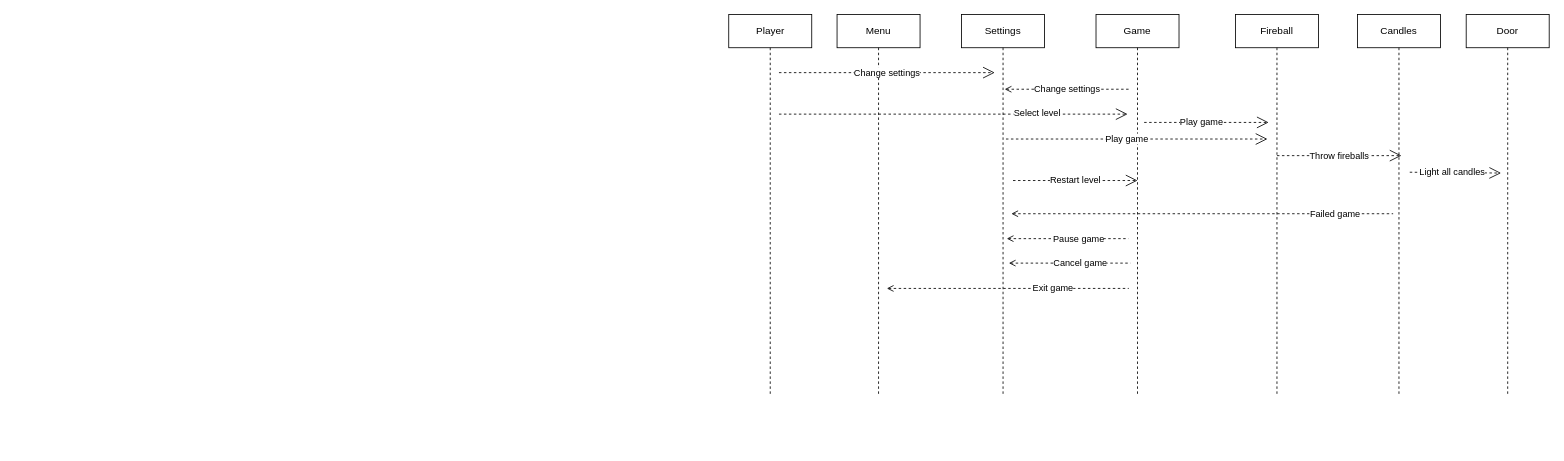
Earlier version of the draw.io diagram page "Sequence Model" (2 of 3) of Fileball Game Diagrams.drawio (sunrise858/CISC210Draw). Source tidied: cells renumbered, new cells numbered last; positions are measured from the earlier drawing's top-left corner, leaving out a move shared by most shapes. Both pictures are drawn from the tidied source at 83%, with x=0, y=0 at pixel (729, 14).
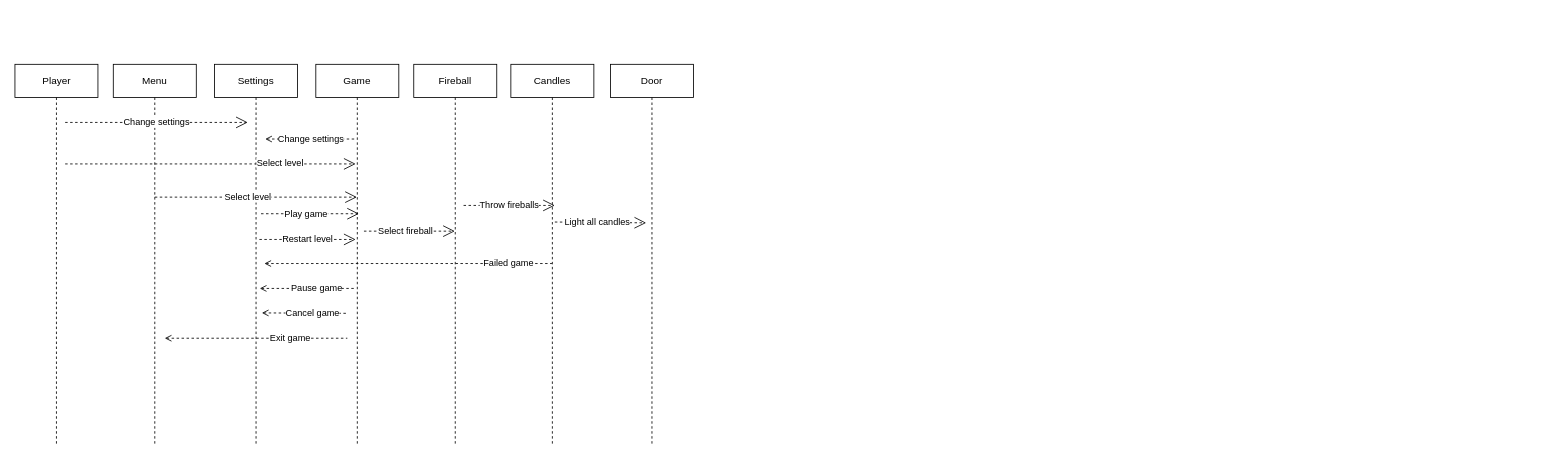
After the change.

The edit, as a diff of the source:
```diff
@@
     <mxCell id="2" value="Player" style="shape=umlLifeline;perimeter=lifelinePerimeter;whiteSpace=wrap;html=1;" parent="1" vertex="1">
-      <mxGeometry x="-0.5" width="100" height="460" as="geometry" />
+      <mxGeometry x="-860.5" y="60" width="100" height="460" as="geometry" />
     </mxCell>
     <mxCell id="3" value="Settings" style="shape=umlLifeline;perimeter=lifelinePerimeter;whiteSpace=wrap;html=1;" parent="1" vertex="1">
-      <mxGeometry x="280" width="100" height="460" as="geometry" />
+      <mxGeometry x="-620" y="60" width="100" height="460" as="geometry" />
     </mxCell>
     <mxCell id="4" value="Select level" style="endArrow=open;endSize=12;dashed=1;html=1;" parent="3" edge="1">
       <mxGeometry x="0.48" y="1" relative="1" as="geometry">
-        <mxPoint x="-220" y="120" as="sourcePoint" />
-        <mxPoint x="200" y="120" as="targetPoint" />
+        <mxPoint x="-180" y="120" as="sourcePoint" />
+        <mxPoint x="170" y="120" as="targetPoint" />
       </mxGeometry>
     </mxCell>
     <mxCell id="5" value="Game" style="shape=umlLifeline;perimeter=lifelinePerimeter;whiteSpace=wrap;html=1;outlineConnect=0;size=40;" parent="1" vertex="1">
-      <mxGeometry x="442" width="100" height="460" as="geometry" />
+      <mxGeometry x="-498" y="60" width="100" height="460" as="geometry" />
     </mxCell>
     <mxCell id="6" value="Fireball" style="shape=umlLifeline;perimeter=lifelinePerimeter;whiteSpace=wrap;html=1;outlineConnect=0;" parent="1" vertex="1">
-      <mxGeometry x="610" width="100" height="460" as="geometry" />
+      <mxGeometry x="-380" y="60" width="100" height="460" as="geometry" />
     </mxCell>
     <mxCell id="7" value="Candles" style="shape=umlLifeline;perimeter=lifelinePerimeter;whiteSpace=wrap;html=1;outlineConnect=0;" parent="1" vertex="1">
-      <mxGeometry x="757" width="100" height="460" as="geometry" />
+      <mxGeometry x="-263" y="60" width="100" height="460" as="geometry" />
     </mxCell>
     <mxCell id="8" value="Door" style="shape=umlLifeline;perimeter=lifelinePerimeter;whiteSpace=wrap;html=1;" parent="1" vertex="1">
-      <mxGeometry x="888" width="100" height="460" as="geometry" />
+      <mxGeometry x="-143" y="60" width="100" height="460" as="geometry" />
     </mxCell>
     <mxCell id="9" value="Menu" style="shape=umlLifeline;perimeter=lifelinePerimeter;whiteSpace=wrap;html=1;" parent="1" vertex="1">
-      <mxGeometry x="130" width="100" height="460" as="geometry" />
+      <mxGeometry x="-742" y="60" width="100" height="460" as="geometry" />
     </mxCell>
     <mxCell id="10" value="Change settings" style="endArrow=open;endSize=12;dashed=1;html=1;" parent="1" edge="1">
       <mxGeometry relative="1" as="geometry">
-        <mxPoint x="60" y="70" as="sourcePoint" />
-        <mxPoint x="320" y="70" as="targetPoint" />
+        <mxPoint x="-800" y="130" as="sourcePoint" />
+        <mxPoint x="-580" y="130" as="targetPoint" />
       </mxGeometry>
     </mxCell>
     <mxCell id="11" value="Light all candles" style="endArrow=open;endSize=12;dashed=1;html=1;" parent="1" edge="1">
       <mxGeometry x="-0.08" relative="1" as="geometry">
-        <mxPoint x="820" y="190" as="sourcePoint" />
-        <mxPoint x="930" y="191" as="targetPoint" />
+        <mxPoint x="-210" y="250" as="sourcePoint" />
+        <mxPoint x="-100" y="251" as="targetPoint" />
       </mxGeometry>
     </mxCell>
     <mxCell id="12" value="Change settings" style="endArrow=none;endSize=12;dashed=1;html=1;endFill=0;startArrow=open;startFill=0;" parent="1" edge="1">
       <mxGeometry relative="1" as="geometry">
-        <mxPoint x="332" y="90" as="sourcePoint" />
-        <mxPoint x="482" y="90" as="targetPoint" />
+        <mxPoint x="-559" y="150" as="sourcePoint" />
+        <mxPoint x="-450" y="150" as="targetPoint" />
       </mxGeometry>
     </mxCell>
     <mxCell id="13" value="Throw fireballs" style="endArrow=open;endSize=12;dashed=1;html=1;" parent="1" edge="1">
       <mxGeometry relative="1" as="geometry">
-        <mxPoint x="660" y="170" as="sourcePoint" />
-        <mxPoint x="810" y="170" as="targetPoint" />
+        <mxPoint x="-320" y="230" as="sourcePoint" />
+        <mxPoint x="-210" y="230" as="targetPoint" />
       </mxGeometry>
     </mxCell>
-    <mxCell id="14" value="Play game" style="endArrow=open;endSize=12;dashed=1;html=1;" parent="1" edge="1">
-      <mxGeometry x="-0.08" relative="1" as="geometry">
-        <mxPoint x="500" y="130" as="sourcePoint" />
-        <mxPoint x="650" y="130" as="targetPoint" />
-      </mxGeometry>
-    </mxCell>
-    <mxCell id="15" value="Failed game" style="endArrow=none;endSize=12;dashed=1;html=1;endFill=0;startArrow=open;startFill=0;" parent="1" edge="1">
+    <mxCell id="15" value="Failed game" style="endArrow=none;endSize=12;dashed=1;html=1;endFill=0;startArrow=open;startFill=0;" parent="1" edge="1" target="7">
       <mxGeometry x="0.7" relative="1" as="geometry">
-        <mxPoint x="340" y="240" as="sourcePoint" />
-        <mxPoint x="800" y="240" as="targetPoint" />
+        <mxPoint x="-560" y="300" as="sourcePoint" />
         <mxPoint x="-1" as="offset" />
       </mxGeometry>
     </mxCell>
     <mxCell id="16" value="Pause game" style="endArrow=none;endSize=12;dashed=1;html=1;endFill=0;startArrow=open;startFill=0;" parent="1" edge="1">
       <mxGeometry x="0.18" relative="1" as="geometry">
-        <mxPoint x="334.5" y="270" as="sourcePoint" />
-        <mxPoint x="481" y="270" as="targetPoint" />
+        <mxPoint x="-565.5" y="330" as="sourcePoint" />
+        <mxPoint x="-450" y="330" as="targetPoint" />
       </mxGeometry>
     </mxCell>
     <mxCell id="17" value="Cancel game" style="endArrow=none;endSize=12;dashed=1;html=1;endFill=0;startArrow=open;startFill=0;" parent="1" edge="1">
       <mxGeometry x="0.18" relative="1" as="geometry">
-        <mxPoint x="337" y="299.5" as="sourcePoint" />
-        <mxPoint x="483.5" y="299.5" as="targetPoint" />
+        <mxPoint x="-563" y="359.5" as="sourcePoint" />
+        <mxPoint x="-460" y="360" as="targetPoint" />
       </mxGeometry>
     </mxCell>
     <mxCell id="18" value="Exit game" style="endArrow=none;endSize=12;dashed=1;html=1;endFill=0;startArrow=open;startFill=0;" parent="1" edge="1">
       <mxGeometry x="0.37" relative="1" as="geometry">
-        <mxPoint x="190" y="330" as="sourcePoint" />
-        <mxPoint x="481.5" y="330" as="targetPoint" />
+        <mxPoint x="-680" y="390" as="sourcePoint" />
+        <mxPoint x="-460" y="390" as="targetPoint" />
       </mxGeometry>
     </mxCell>
-    <mxCell id="19" value="Play game" style="endArrow=open;endSize=12;dashed=1;html=1;" parent="1" edge="1">
+    <mxCell id="19" value="Select level" style="endArrow=open;endSize=12;dashed=1;html=1;" parent="1" edge="1" target="5">
       <mxGeometry x="-0.08" relative="1" as="geometry">
-        <mxPoint x="333.5" y="150" as="sourcePoint" />
-        <mxPoint x="648.5" y="150" as="targetPoint" />
+        <mxPoint x="-692" y="220" as="sourcePoint" />
       </mxGeometry>
     </mxCell>
     <mxCell id="20" value="Restart level" style="endArrow=open;endSize=12;dashed=1;html=1;" parent="1" edge="1">
       <mxGeometry relative="1" as="geometry">
-        <mxPoint x="342" y="200" as="sourcePoint" />
-        <mxPoint x="492" y="200" as="targetPoint" />
+        <mxPoint x="-566" y="271" as="sourcePoint" />
+        <mxPoint x="-450" y="271" as="targetPoint" />
       </mxGeometry>
     </mxCell>
+    <mxCell id="14" value="Play game" style="endArrow=open;endSize=12;dashed=1;html=1;" parent="1" edge="1">
+      <mxGeometry x="-0.08" relative="1" as="geometry">
+        <mxPoint x="-564" y="240" as="sourcePoint" />
+        <mxPoint x="-446" y="240" as="targetPoint" />
+      </mxGeometry>
+    </mxCell>
+    <mxCell id="21" value="Select fireball" style="endArrow=open;endSize=12;dashed=1;html=1;" parent="1" edge="1" target="6">
+      <mxGeometry x="-0.08" relative="1" as="geometry">
+        <mxPoint x="-440" y="261" as="sourcePoint" />
+      </mxGeometry>
+    </mxCell>
```
